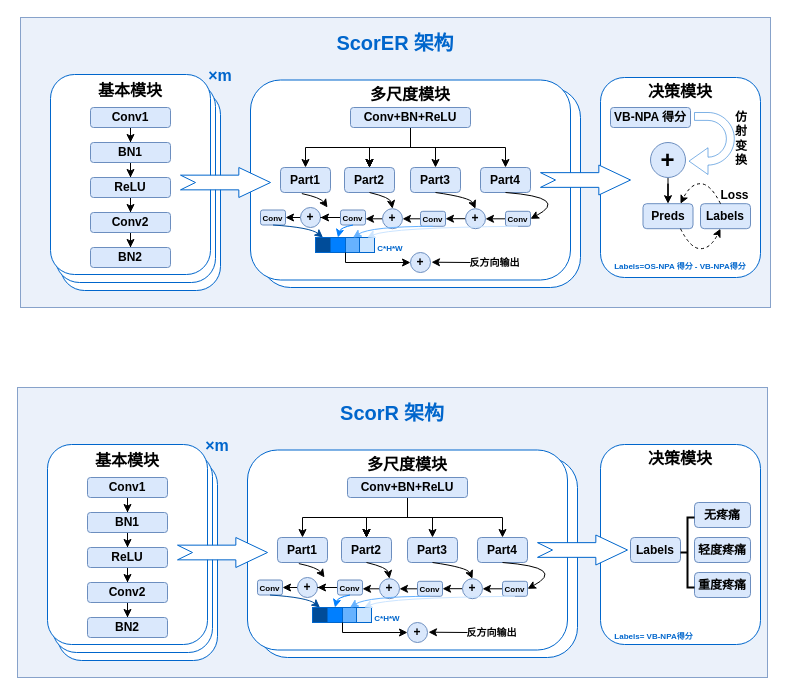
Earlier version of the draw.io diagram Graphs/ScorER.drawio (whenwedream/TELL). Source tidied: cells renumbered, new cells numbered last; positions are measured from the earlier drawing's top-left corner, leaving out a move shared by most shapes. Both pictures are drawn from the tidied source at 100%, with x=0, y=0 at pixel (17, 17).
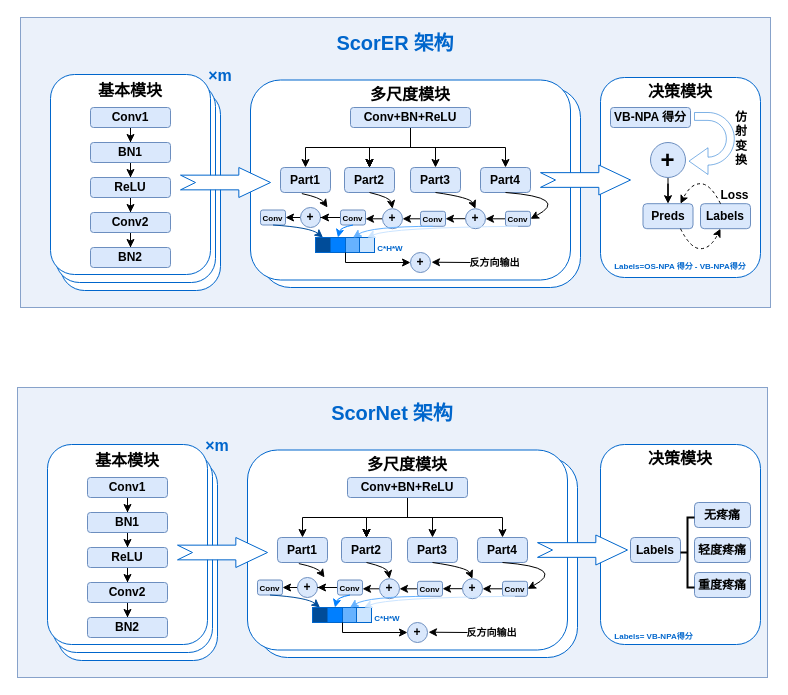
After the change.

Diff of the diagram source:
```diff
@@
-    <mxCell id="92" value="&lt;font style=&quot;font-size: 20px;&quot;&gt;&lt;b style=&quot;&quot;&gt;ScorR&lt;font face=&quot;Times New Roman&quot;&gt; 架构&lt;/font&gt;&lt;/b&gt;&lt;/font&gt;" style="rounded=0;whiteSpace=wrap;html=1;opacity=0;fontColor=#0066CC;" parent="1" vertex="1">
+    <mxCell id="92" value="&lt;font style=&quot;font-size: 20px;&quot;&gt;&lt;b style=&quot;&quot;&gt;ScorNet&lt;font face=&quot;Times New Roman&quot;&gt;&amp;nbsp;架构&lt;/font&gt;&lt;/b&gt;&lt;/font&gt;" style="rounded=0;whiteSpace=wrap;html=1;opacity=0;fontColor=#0066CC;" parent="1" vertex="1">
       <mxGeometry x="280" y="380" width="190" height="30" as="geometry" />
     </mxCell>
```
